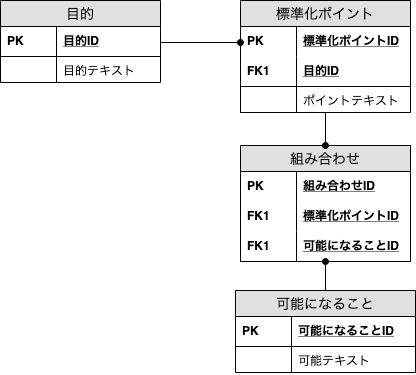
Above: 08_project_management.png in chihaso/rakurakuERD (draw.io), before the change. Source tidied: cells renumbered, new cells last; positions are measured from the earlier drawing's top-left corner, leaving out a move shared by most shapes. The source it was exported from:
```xml
<mxGraphModel>
  <root>
    <mxCell id="0" />
    <mxCell id="1" parent="0" />
    <mxCell id="2" value="目的" style="swimlane;fontStyle=0;horizontal=1;startSize=26;fillColor=#e0e0e0;swimlaneFillColor=#ffffff;align=center;fontSize=14;" parent="1" vertex="1">
      <mxGeometry width="160" height="82" as="geometry" />
    </mxCell>
    <mxCell id="3" value="目的ID" style="shape=partialRectangle;top=0;left=0;right=0;bottom=1;align=left;verticalAlign=middle;fillColor=none;spacingLeft=60;spacingRight=4;overflow=hidden;fontStyle=5;fontSize=12;" parent="2" vertex="1">
      <mxGeometry y="26" width="160" height="30" as="geometry" />
    </mxCell>
    <mxCell id="4" value="PK" style="shape=partialRectangle;fontStyle=1;top=0;left=0;bottom=0;fillColor=none;align=left;verticalAlign=middle;spacingLeft=4;spacingRight=4;overflow=hidden;fontSize=12;" parent="3" vertex="1">
      <mxGeometry width="56" height="30" as="geometry" />
    </mxCell>
    <mxCell id="5" value="目的テキスト" style="shape=partialRectangle;top=0;left=0;right=0;bottom=0;align=left;verticalAlign=top;fillColor=none;spacingLeft=60;spacingRight=4;overflow=hidden;fontSize=12;" parent="2" vertex="1">
      <mxGeometry y="56" width="160" height="26" as="geometry" />
    </mxCell>
    <mxCell id="6" style="shape=partialRectangle;top=0;left=0;bottom=0;fillColor=none;align=left;verticalAlign=top;spacingLeft=4;spacingRight=4;overflow=hidden;fontSize=12;" parent="5" vertex="1">
      <mxGeometry width="56" height="26" as="geometry" />
    </mxCell>
    <mxCell id="7" value="標準化ポイント" style="swimlane;fontStyle=0;horizontal=1;startSize=26;fillColor=#e0e0e0;swimlaneFillColor=#ffffff;align=center;fontSize=14;" parent="1" vertex="1">
      <mxGeometry x="240" width="170" height="112" as="geometry" />
    </mxCell>
    <mxCell id="8" value="標準化ポイントID" style="shape=partialRectangle;top=0;left=0;right=0;bottom=0;align=left;verticalAlign=middle;fillColor=none;spacingLeft=60;spacingRight=4;overflow=hidden;fontStyle=5;fontSize=12;" parent="7" vertex="1">
      <mxGeometry y="26" width="170" height="30" as="geometry" />
    </mxCell>
    <mxCell id="9" value="PK" style="shape=partialRectangle;fontStyle=1;top=0;left=0;bottom=0;fillColor=none;align=left;verticalAlign=middle;spacingLeft=4;spacingRight=4;overflow=hidden;fontSize=12;" parent="8" vertex="1">
      <mxGeometry width="56" height="30" as="geometry" />
    </mxCell>
    <mxCell id="10" value="目的ID" style="shape=partialRectangle;top=0;left=0;right=0;bottom=1;align=left;verticalAlign=middle;fillColor=none;spacingLeft=60;spacingRight=4;overflow=hidden;fontStyle=5;fontSize=12;" parent="7" vertex="1">
      <mxGeometry y="56" width="170" height="30" as="geometry" />
    </mxCell>
    <mxCell id="11" value="FK1" style="shape=partialRectangle;fontStyle=1;top=0;left=0;bottom=0;fillColor=none;align=left;verticalAlign=middle;spacingLeft=4;spacingRight=4;overflow=hidden;fontSize=12;" parent="10" vertex="1">
      <mxGeometry width="56" height="30" as="geometry" />
    </mxCell>
    <mxCell id="12" value="ポイントテキスト" style="shape=partialRectangle;top=0;left=0;right=0;bottom=1;align=left;verticalAlign=top;fillColor=none;spacingLeft=60;spacingRight=4;overflow=hidden;fontSize=12;" parent="7" vertex="1">
      <mxGeometry y="86" width="170" height="26" as="geometry" />
    </mxCell>
    <mxCell id="13" style="shape=partialRectangle;top=0;left=0;bottom=0;fillColor=none;align=left;verticalAlign=top;spacingLeft=4;spacingRight=4;overflow=hidden;fontSize=12;" parent="12" vertex="1">
      <mxGeometry width="56" height="26" as="geometry" />
    </mxCell>
    <mxCell id="14" value="可能になること" style="swimlane;fontStyle=0;horizontal=1;startSize=26;fillColor=#e0e0e0;swimlaneFillColor=#ffffff;align=center;fontSize=14;" parent="1" vertex="1">
      <mxGeometry x="235" y="290" width="180" height="82" as="geometry" />
    </mxCell>
    <mxCell id="15" value="可能になることID" style="shape=partialRectangle;top=0;left=0;right=0;bottom=1;align=left;verticalAlign=middle;fillColor=none;spacingLeft=60;spacingRight=4;overflow=hidden;fontStyle=5;fontSize=12;" parent="14" vertex="1">
      <mxGeometry y="26" width="180" height="30" as="geometry" />
    </mxCell>
    <mxCell id="16" value="PK" style="shape=partialRectangle;fontStyle=1;top=0;left=0;bottom=0;fillColor=none;align=left;verticalAlign=middle;spacingLeft=4;spacingRight=4;overflow=hidden;fontSize=12;" parent="15" vertex="1">
      <mxGeometry width="56" height="30" as="geometry" />
    </mxCell>
    <mxCell id="17" value="可能テキスト" style="shape=partialRectangle;top=0;left=0;right=0;bottom=0;align=left;verticalAlign=top;fillColor=none;spacingLeft=60;spacingRight=4;overflow=hidden;fontSize=12;" parent="14" vertex="1">
      <mxGeometry y="56" width="180" height="26" as="geometry" />
    </mxCell>
    <mxCell id="18" style="shape=partialRectangle;top=0;left=0;bottom=0;fillColor=none;align=left;verticalAlign=top;spacingLeft=4;spacingRight=4;overflow=hidden;fontSize=12;" parent="17" vertex="1">
      <mxGeometry width="56" height="26" as="geometry" />
    </mxCell>
    <mxCell id="19" style="edgeStyle=orthogonalEdgeStyle;rounded=0;jettySize=auto;html=1;endArrow=oval;endFill=1;" parent="1" edge="1" target="7">
      <mxGeometry relative="1" as="geometry">
        <mxPoint x="160" y="42" as="sourcePoint" />
        <Array as="points">
          <mxPoint x="160" y="42" />
        </Array>
      </mxGeometry>
    </mxCell>
    <mxCell id="20" value="組み合わせ" style="swimlane;fontStyle=0;horizontal=1;startSize=26;fillColor=#e0e0e0;swimlaneFillColor=#ffffff;align=center;fontSize=14;" parent="1" vertex="1">
      <mxGeometry x="240" y="145" width="170" height="116" as="geometry" />
    </mxCell>
    <mxCell id="21" value="組み合わせID" style="shape=partialRectangle;top=0;left=0;right=0;bottom=0;align=left;verticalAlign=middle;fillColor=none;spacingLeft=60;spacingRight=4;overflow=hidden;fontStyle=5;fontSize=12;" parent="20" vertex="1">
      <mxGeometry y="26" width="170" height="30" as="geometry" />
    </mxCell>
    <mxCell id="22" value="PK" style="shape=partialRectangle;fontStyle=1;top=0;left=0;bottom=0;fillColor=none;align=left;verticalAlign=middle;spacingLeft=4;spacingRight=4;overflow=hidden;fontSize=12;" parent="21" vertex="1">
      <mxGeometry width="56" height="30" as="geometry" />
    </mxCell>
    <mxCell id="23" value="標準化ポイントID" style="shape=partialRectangle;top=0;left=0;right=0;bottom=0;align=left;verticalAlign=middle;fillColor=none;spacingLeft=60;spacingRight=4;overflow=hidden;fontStyle=5;fontSize=12;" parent="20" vertex="1">
      <mxGeometry y="56" width="170" height="30" as="geometry" />
    </mxCell>
    <mxCell id="24" value="FK1" style="shape=partialRectangle;fontStyle=1;top=0;left=0;bottom=0;fillColor=none;align=left;verticalAlign=middle;spacingLeft=4;spacingRight=4;overflow=hidden;fontSize=12;" parent="23" vertex="1">
      <mxGeometry width="56" height="30" as="geometry" />
    </mxCell>
    <mxCell id="25" value="可能になることID" style="shape=partialRectangle;top=0;left=0;right=0;bottom=1;align=left;verticalAlign=middle;fillColor=none;spacingLeft=60;spacingRight=4;overflow=hidden;fontStyle=5;fontSize=12;" parent="20" vertex="1">
      <mxGeometry y="86" width="170" height="30" as="geometry" />
    </mxCell>
    <mxCell id="26" value="FK1" style="shape=partialRectangle;fontStyle=1;top=0;left=0;bottom=0;fillColor=none;align=left;verticalAlign=middle;spacingLeft=4;spacingRight=4;overflow=hidden;fontSize=12;" parent="25" vertex="1">
      <mxGeometry width="56" height="30" as="geometry" />
    </mxCell>
    <mxCell id="27" style="edgeStyle=orthogonalEdgeStyle;rounded=0;jettySize=auto;html=1;endArrow=oval;endFill=1;" parent="1" edge="1" source="7" target="20">
      <mxGeometry relative="1" as="geometry" />
    </mxCell>
    <mxCell id="28" style="edgeStyle=orthogonalEdgeStyle;rounded=0;jettySize=auto;html=1;endArrow=oval;endFill=1;exitX=0.5;exitY=0;exitDx=0;exitDy=0;" parent="1" edge="1" source="14">
      <mxGeometry relative="1" as="geometry">
        <mxPoint x="325" y="261" as="targetPoint" />
      </mxGeometry>
    </mxCell>
  </root>
</mxGraphModel>
```
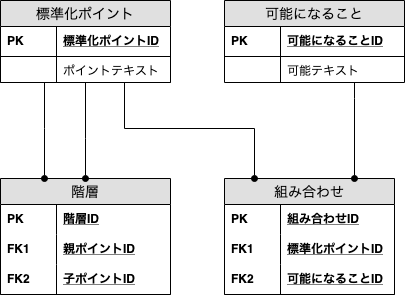
After the change.

Commit message:
エンティティの配置整理

What changed in the source:
```diff
@@ -2,44 +2,23 @@
   <root>
     <mxCell id="0" />
     <mxCell id="1" parent="0" />
-    <mxCell id="2" value="目的" style="swimlane;fontStyle=0;horizontal=1;startSize=26;fillColor=#e0e0e0;swimlaneFillColor=#ffffff;align=center;fontSize=14;" parent="1" vertex="1">
-      <mxGeometry width="160" height="82" as="geometry" />
-    </mxCell>
-    <mxCell id="3" value="目的ID" style="shape=partialRectangle;top=0;left=0;right=0;bottom=1;align=left;verticalAlign=middle;fillColor=none;spacingLeft=60;spacingRight=4;overflow=hidden;fontStyle=5;fontSize=12;" parent="2" vertex="1">
-      <mxGeometry y="26" width="160" height="30" as="geometry" />
-    </mxCell>
-    <mxCell id="4" value="PK" style="shape=partialRectangle;fontStyle=1;top=0;left=0;bottom=0;fillColor=none;align=left;verticalAlign=middle;spacingLeft=4;spacingRight=4;overflow=hidden;fontSize=12;" parent="3" vertex="1">
-      <mxGeometry width="56" height="30" as="geometry" />
-    </mxCell>
-    <mxCell id="5" value="目的テキスト" style="shape=partialRectangle;top=0;left=0;right=0;bottom=0;align=left;verticalAlign=top;fillColor=none;spacingLeft=60;spacingRight=4;overflow=hidden;fontSize=12;" parent="2" vertex="1">
-      <mxGeometry y="56" width="160" height="26" as="geometry" />
-    </mxCell>
-    <mxCell id="6" style="shape=partialRectangle;top=0;left=0;bottom=0;fillColor=none;align=left;verticalAlign=top;spacingLeft=4;spacingRight=4;overflow=hidden;fontSize=12;" parent="5" vertex="1">
-      <mxGeometry width="56" height="26" as="geometry" />
-    </mxCell>
     <mxCell id="7" value="標準化ポイント" style="swimlane;fontStyle=0;horizontal=1;startSize=26;fillColor=#e0e0e0;swimlaneFillColor=#ffffff;align=center;fontSize=14;" parent="1" vertex="1">
-      <mxGeometry x="240" width="170" height="112" as="geometry" />
+      <mxGeometry x="136" y="-56" width="170" height="82" as="geometry" />
     </mxCell>
-    <mxCell id="8" value="標準化ポイントID" style="shape=partialRectangle;top=0;left=0;right=0;bottom=0;align=left;verticalAlign=middle;fillColor=none;spacingLeft=60;spacingRight=4;overflow=hidden;fontStyle=5;fontSize=12;" parent="7" vertex="1">
+    <mxCell id="8" value="標準化ポイントID" style="shape=partialRectangle;top=0;left=0;right=0;bottom=1;align=left;verticalAlign=middle;fillColor=none;spacingLeft=60;spacingRight=4;overflow=hidden;fontStyle=5;fontSize=12;" parent="7" vertex="1">
       <mxGeometry y="26" width="170" height="30" as="geometry" />
     </mxCell>
     <mxCell id="9" value="PK" style="shape=partialRectangle;fontStyle=1;top=0;left=0;bottom=0;fillColor=none;align=left;verticalAlign=middle;spacingLeft=4;spacingRight=4;overflow=hidden;fontSize=12;" parent="8" vertex="1">
       <mxGeometry width="56" height="30" as="geometry" />
     </mxCell>
-    <mxCell id="10" value="目的ID" style="shape=partialRectangle;top=0;left=0;right=0;bottom=1;align=left;verticalAlign=middle;fillColor=none;spacingLeft=60;spacingRight=4;overflow=hidden;fontStyle=5;fontSize=12;" parent="7" vertex="1">
-      <mxGeometry y="56" width="170" height="30" as="geometry" />
-    </mxCell>
-    <mxCell id="11" value="FK1" style="shape=partialRectangle;fontStyle=1;top=0;left=0;bottom=0;fillColor=none;align=left;verticalAlign=middle;spacingLeft=4;spacingRight=4;overflow=hidden;fontSize=12;" parent="10" vertex="1">
-      <mxGeometry width="56" height="30" as="geometry" />
-    </mxCell>
     <mxCell id="12" value="ポイントテキスト" style="shape=partialRectangle;top=0;left=0;right=0;bottom=1;align=left;verticalAlign=top;fillColor=none;spacingLeft=60;spacingRight=4;overflow=hidden;fontSize=12;" parent="7" vertex="1">
-      <mxGeometry y="86" width="170" height="26" as="geometry" />
+      <mxGeometry y="56" width="170" height="26" as="geometry" />
     </mxCell>
     <mxCell id="13" style="shape=partialRectangle;top=0;left=0;bottom=0;fillColor=none;align=left;verticalAlign=top;spacingLeft=4;spacingRight=4;overflow=hidden;fontSize=12;" parent="12" vertex="1">
       <mxGeometry width="56" height="26" as="geometry" />
     </mxCell>
     <mxCell id="14" value="可能になること" style="swimlane;fontStyle=0;horizontal=1;startSize=26;fillColor=#e0e0e0;swimlaneFillColor=#ffffff;align=center;fontSize=14;" parent="1" vertex="1">
-      <mxGeometry x="235" y="290" width="180" height="82" as="geometry" />
+      <mxGeometry x="360" y="-56" width="180" height="82" as="geometry" />
     </mxCell>
     <mxCell id="15" value="可能になることID" style="shape=partialRectangle;top=0;left=0;right=0;bottom=1;align=left;verticalAlign=middle;fillColor=none;spacingLeft=60;spacingRight=4;overflow=hidden;fontStyle=5;fontSize=12;" parent="14" vertex="1">
       <mxGeometry y="26" width="180" height="30" as="geometry" />
@@ -53,16 +32,8 @@
     <mxCell id="18" style="shape=partialRectangle;top=0;left=0;bottom=0;fillColor=none;align=left;verticalAlign=top;spacingLeft=4;spacingRight=4;overflow=hidden;fontSize=12;" parent="17" vertex="1">
       <mxGeometry width="56" height="26" as="geometry" />
     </mxCell>
-    <mxCell id="19" style="edgeStyle=orthogonalEdgeStyle;rounded=0;jettySize=auto;html=1;endArrow=oval;endFill=1;" parent="1" edge="1" target="7">
-      <mxGeometry relative="1" as="geometry">
-        <mxPoint x="160" y="42" as="sourcePoint" />
-        <Array as="points">
-          <mxPoint x="160" y="42" />
-        </Array>
-      </mxGeometry>
-    </mxCell>
     <mxCell id="20" value="組み合わせ" style="swimlane;fontStyle=0;horizontal=1;startSize=26;fillColor=#e0e0e0;swimlaneFillColor=#ffffff;align=center;fontSize=14;" parent="1" vertex="1">
-      <mxGeometry x="240" y="145" width="170" height="116" as="geometry" />
+      <mxGeometry x="360" y="122" width="170" height="116" as="geometry" />
     </mxCell>
     <mxCell id="21" value="組み合わせID" style="shape=partialRectangle;top=0;left=0;right=0;bottom=0;align=left;verticalAlign=middle;fillColor=none;spacingLeft=60;spacingRight=4;overflow=hidden;fontStyle=5;fontSize=12;" parent="20" vertex="1">
       <mxGeometry y="26" width="170" height="30" as="geometry" />
@@ -79,16 +50,61 @@
     <mxCell id="25" value="可能になることID" style="shape=partialRectangle;top=0;left=0;right=0;bottom=1;align=left;verticalAlign=middle;fillColor=none;spacingLeft=60;spacingRight=4;overflow=hidden;fontStyle=5;fontSize=12;" parent="20" vertex="1">
       <mxGeometry y="86" width="170" height="30" as="geometry" />
     </mxCell>
-    <mxCell id="26" value="FK1" style="shape=partialRectangle;fontStyle=1;top=0;left=0;bottom=0;fillColor=none;align=left;verticalAlign=middle;spacingLeft=4;spacingRight=4;overflow=hidden;fontSize=12;" parent="25" vertex="1">
+    <mxCell id="26" value="FK2" style="shape=partialRectangle;fontStyle=1;top=0;left=0;bottom=0;fillColor=none;align=left;verticalAlign=middle;spacingLeft=4;spacingRight=4;overflow=hidden;fontSize=12;" parent="25" vertex="1">
       <mxGeometry width="56" height="30" as="geometry" />
     </mxCell>
     <mxCell id="27" style="edgeStyle=orthogonalEdgeStyle;rounded=0;jettySize=auto;html=1;endArrow=oval;endFill=1;" parent="1" edge="1" source="7" target="20">
-      <mxGeometry relative="1" as="geometry" />
+      <mxGeometry relative="1" as="geometry">
+        <Array as="points">
+          <mxPoint x="260" y="72" />
+          <mxPoint x="390" y="72" />
+        </Array>
+      </mxGeometry>
     </mxCell>
-    <mxCell id="28" style="edgeStyle=orthogonalEdgeStyle;rounded=0;jettySize=auto;html=1;endArrow=oval;endFill=1;exitX=0.5;exitY=0;exitDx=0;exitDy=0;" parent="1" edge="1" source="14">
+    <mxCell id="28" style="edgeStyle=orthogonalEdgeStyle;rounded=0;jettySize=auto;html=1;endArrow=oval;endFill=1;" parent="1" edge="1" source="14" target="20">
       <mxGeometry relative="1" as="geometry">
-        <mxPoint x="325" y="261" as="targetPoint" />
+        <Array as="points">
+          <mxPoint x="490" y="42" />
+          <mxPoint x="490" y="42" />
+        </Array>
       </mxGeometry>
     </mxCell>
+    <mxCell id="29" value="階層" style="swimlane;fontStyle=0;horizontal=1;startSize=26;fillColor=#e0e0e0;swimlaneFillColor=#ffffff;align=center;fontSize=14;" parent="1" vertex="1">
+      <mxGeometry x="136" y="122" width="170" height="116" as="geometry" />
+    </mxCell>
+    <mxCell id="30" value="階層ID" style="shape=partialRectangle;top=0;left=0;right=0;bottom=0;align=left;verticalAlign=middle;fillColor=none;spacingLeft=60;spacingRight=4;overflow=hidden;fontStyle=5;fontSize=12;" parent="29" vertex="1">
+      <mxGeometry y="26" width="170" height="30" as="geometry" />
+    </mxCell>
+    <mxCell id="4" value="PK" style="shape=partialRectangle;fontStyle=1;top=0;left=0;bottom=0;fillColor=none;align=left;verticalAlign=middle;spacingLeft=4;spacingRight=4;overflow=hidden;fontSize=12;" parent="30" vertex="1">
+      <mxGeometry width="56" height="30" as="geometry" />
+    </mxCell>
+    <mxCell id="31" value="親ポイントID" style="shape=partialRectangle;top=0;left=0;right=0;bottom=0;align=left;verticalAlign=middle;fillColor=none;spacingLeft=60;spacingRight=4;overflow=hidden;fontStyle=5;fontSize=12;" parent="29" vertex="1">
+      <mxGeometry y="56" width="170" height="30" as="geometry" />
+    </mxCell>
+    <mxCell id="11" value="FK1" style="shape=partialRectangle;fontStyle=1;top=0;left=0;bottom=0;fillColor=none;align=left;verticalAlign=middle;spacingLeft=4;spacingRight=4;overflow=hidden;fontSize=12;" parent="31" vertex="1">
+      <mxGeometry width="56" height="30" as="geometry" />
+    </mxCell>
+    <mxCell id="32" value="子ポイントID" style="shape=partialRectangle;top=0;left=0;right=0;bottom=1;align=left;verticalAlign=middle;fillColor=none;spacingLeft=60;spacingRight=4;overflow=hidden;fontStyle=5;fontSize=12;" parent="29" vertex="1">
+      <mxGeometry y="86" width="170" height="30" as="geometry" />
+    </mxCell>
+    <mxCell id="33" value="FK2" style="shape=partialRectangle;fontStyle=1;top=0;left=0;bottom=0;fillColor=none;align=left;verticalAlign=middle;spacingLeft=4;spacingRight=4;overflow=hidden;fontSize=12;" parent="32" vertex="1">
+      <mxGeometry width="56" height="30" as="geometry" />
+    </mxCell>
+    <mxCell id="34" style="edgeStyle=orthogonalEdgeStyle;rounded=0;jettySize=auto;html=1;endArrow=oval;endFill=1;" parent="1" edge="1" source="7" target="29">
+      <mxGeometry relative="1" as="geometry">
+        <Array as="points">
+          <mxPoint x="180" y="72" />
+          <mxPoint x="180" y="72" />
+        </Array>
+      </mxGeometry>
+    </mxCell>
+    <mxCell id="35" style="edgeStyle=orthogonalEdgeStyle;rounded=0;jettySize=auto;html=1;endArrow=oval;endFill=1;" parent="1" edge="1" source="7" target="29">
+      <mxGeometry relative="1" as="geometry">
+        <Array as="points">
+          <mxPoint x="221" y="82" />
+          <mxPoint x="221" y="82" />
+        </Array>
+      </mxGeometry>
+    </mxCell>
   </root>
 </mxGraphModel>
```
